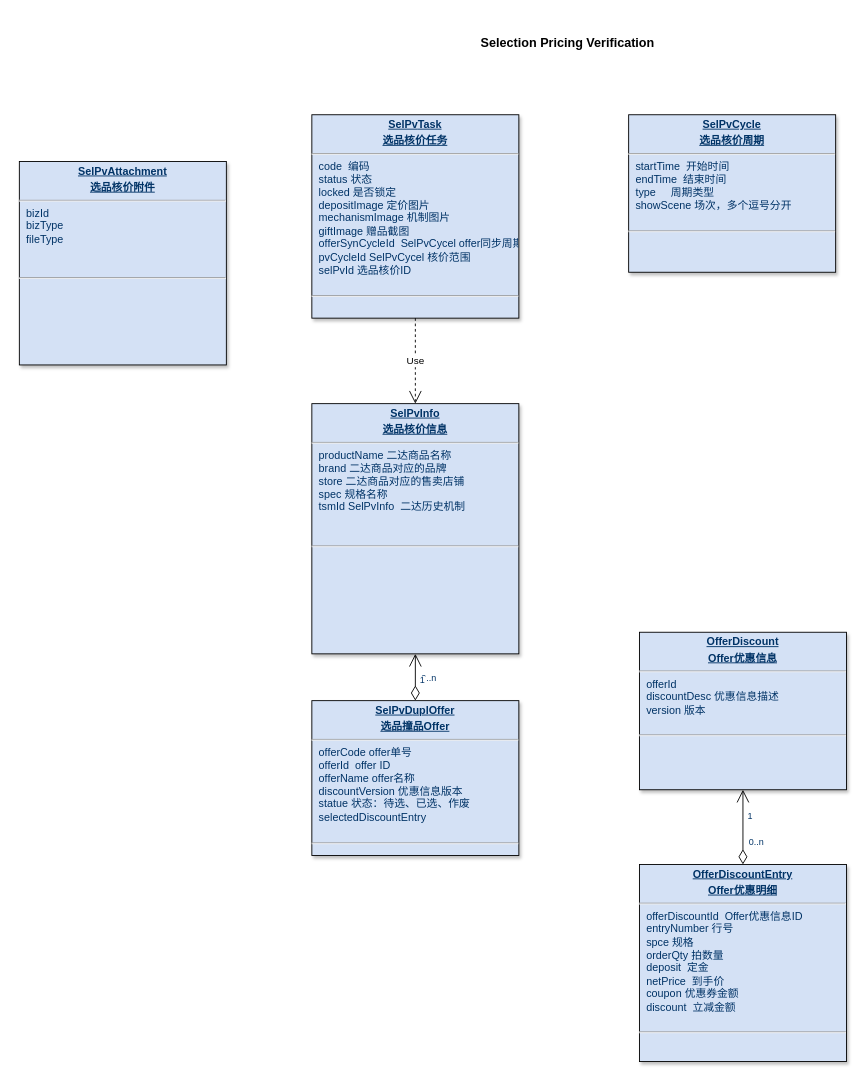
Above: page "选品核价" (21 of 23) of 美one.drawio in rockywade/draw (draw.io), before the change. Source tidied: cells renumbered, new cells numbered last; positions are measured from the earlier drawing's top-left corner, leaving out a move shared by most shapes. Both pictures are drawn from the tidied source at 90%, with x=0, y=0 at pixel (19, 26).
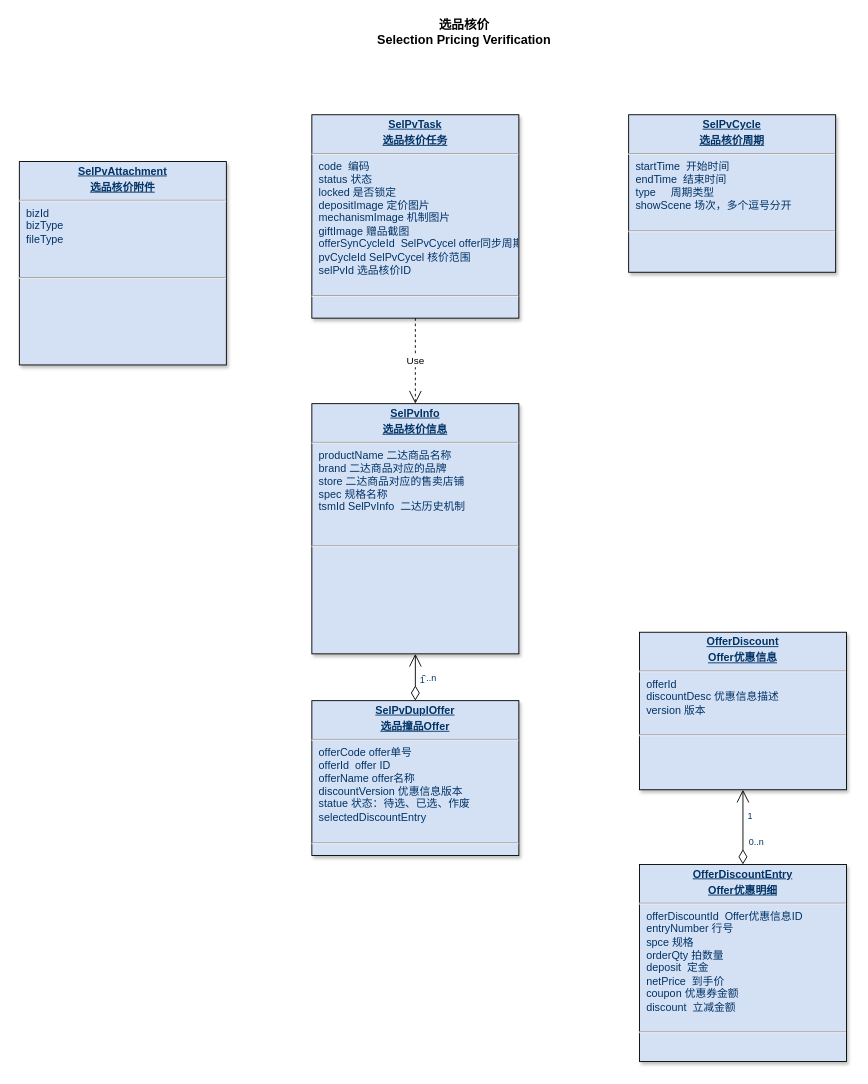
Above is the later version.

Diff of the diagram source:
```diff
@@
 <mxGraphModel>
   <root>
     <mxCell id="0" />
     <mxCell id="1" parent="0" />
     <mxCell id="2" value="&lt;p style=&quot;margin: 4px 0px 0px; text-align: center;&quot;&gt;&lt;span style=&quot;background-color: transparent; text-align: left;&quot;&gt;&lt;b&gt;&lt;u&gt;SelPv&lt;/u&gt;&lt;/b&gt;&lt;/span&gt;&lt;span style=&quot;background-color: transparent; text-align: left;&quot;&gt;&lt;b&gt;&lt;u&gt;Task&lt;/u&gt;&lt;/b&gt;&lt;/span&gt;&lt;/p&gt;&lt;p style=&quot;margin: 4px 0px 0px; text-align: center;&quot;&gt;&lt;span style=&quot;background-color: transparent; text-align: left;&quot;&gt;&lt;b&gt;&lt;u&gt;选品核价任务&lt;/u&gt;&lt;/b&gt;&lt;/span&gt;&lt;/p&gt;&lt;hr&gt;&lt;p style=&quot;margin: 0px; margin-left: 8px;&quot;&gt;code&amp;nbsp; 编码&lt;/p&gt;&lt;p style=&quot;margin: 0px; margin-left: 8px;&quot;&gt;status 状态&lt;/p&gt;&lt;p style=&quot;margin: 0px; margin-left: 8px;&quot;&gt;locked 是否锁定&lt;br&gt;&lt;/p&gt;&lt;p style=&quot;margin: 0px 0px 0px 8px;&quot;&gt;&lt;span style=&quot;background-color: transparent; color: light-dark(rgb(0, 51, 102), rgb(161, 205, 249));&quot;&gt;depositImage 定价图片&lt;/span&gt;&lt;/p&gt;&lt;p style=&quot;margin: 0px 0px 0px 8px;&quot;&gt;mechanismImage 机制图片&lt;/p&gt;&lt;p style=&quot;margin: 0px 0px 0px 8px;&quot;&gt;giftImage&amp;nbsp;赠品截图&lt;/p&gt;&lt;p style=&quot;margin: 0px; margin-left: 8px;&quot;&gt;offerSynCycleId&amp;nbsp; SelPvCycel offer同步周期&lt;/p&gt;&lt;p style=&quot;margin: 0px; margin-left: 8px;&quot;&gt;&lt;span style=&quot;background-color: transparent;&quot;&gt;pvCycleId&amp;nbsp;&lt;/span&gt;&lt;span style=&quot;background-color: transparent;&quot;&gt;SelPvCycel&amp;nbsp;&lt;/span&gt;&lt;span style=&quot;background-color: transparent; color: light-dark(rgb(0, 51, 102), rgb(161, 205, 249));&quot;&gt;核价范围&lt;/span&gt;&lt;/p&gt;&lt;p style=&quot;margin: 0px; margin-left: 8px;&quot;&gt;selPvId 选品核价ID&lt;span style=&quot;background-color: transparent; color: light-dark(rgb(0, 51, 102), rgb(161, 205, 249));&quot;&gt;&lt;/span&gt;&lt;/p&gt;&lt;p style=&quot;margin: 0px; margin-left: 8px;&quot;&gt;&lt;span style=&quot;background-color: transparent;&quot;&gt;&lt;br&gt;&lt;/span&gt;&lt;/p&gt;&lt;hr&gt;&lt;p style=&quot;margin: 0px; margin-left: 8px;&quot;&gt;&lt;br&gt;&lt;/p&gt;&lt;p style=&quot;margin: 0px; margin-left: 8px;&quot;&gt;&lt;br&gt;&lt;/p&gt;" style="verticalAlign=top;align=left;overflow=fill;fontSize=12;fontFamily=Helvetica;html=1;strokeColor=default;shadow=1;fillColor=#D4E1F5;fontColor=#003366;rounded=0;glass=0;imageAspect=1;labelBackgroundColor=none;textShadow=0;direction=east;" parent="1" vertex="1">
       <mxGeometry x="325" y="98" width="230" height="226" as="geometry" />
     </mxCell>
-    <mxCell id="3" value="&lt;b&gt;&lt;font style=&quot;font-size: 14px;&quot;&gt;Selection Pricing Verification&lt;/font&gt;&lt;/b&gt;" style="text;html=1;align=center;verticalAlign=middle;whiteSpace=wrap;rounded=0;" parent="1" vertex="1">
-      <mxGeometry x="479" width="261" height="35" as="geometry" />
+    <mxCell id="3" value="&lt;b&gt;&lt;font style=&quot;font-size: 14px;&quot;&gt;选品核价&lt;br&gt;Selection Pricing Verification&lt;/font&gt;&lt;/b&gt;" style="text;html=1;align=center;verticalAlign=middle;whiteSpace=wrap;rounded=0;" parent="1" vertex="1">
+      <mxGeometry x="364" y="-12" width="261" height="35" as="geometry" />
     </mxCell>
     <mxCell id="4" value="&lt;p style=&quot;margin: 4px 0px 0px; text-align: center;&quot;&gt;&lt;span style=&quot;background-color: transparent; text-align: left;&quot;&gt;&lt;b&gt;&lt;u&gt;SelPv&lt;/u&gt;&lt;/b&gt;&lt;/span&gt;&lt;span style=&quot;background-color: transparent; text-align: left;&quot;&gt;&lt;b&gt;&lt;u&gt;Cycle&lt;/u&gt;&lt;/b&gt;&lt;/span&gt;&lt;/p&gt;&lt;p style=&quot;margin: 4px 0px 0px; text-align: center;&quot;&gt;&lt;span style=&quot;background-color: transparent; text-align: left;&quot;&gt;&lt;b&gt;&lt;u&gt;选品核价周期&lt;/u&gt;&lt;/b&gt;&lt;/span&gt;&lt;/p&gt;&lt;hr&gt;&lt;p style=&quot;margin: 0px; margin-left: 8px;&quot;&gt;startTime&amp;nbsp; 开始时间&lt;/p&gt;&lt;p style=&quot;margin: 0px; margin-left: 8px;&quot;&gt;endTime&amp;nbsp; 结束时间&lt;/p&gt;&lt;p style=&quot;margin: 0px; margin-left: 8px;&quot;&gt;type&amp;nbsp; &amp;nbsp; &amp;nbsp;周期类型&lt;/p&gt;&lt;p style=&quot;margin: 0px; margin-left: 8px;&quot;&gt;showScene 场次，多个逗号分开&lt;/p&gt;&lt;p style=&quot;margin: 0px; margin-left: 8px;&quot;&gt;&lt;br&gt;&lt;/p&gt;&lt;hr&gt;&lt;p style=&quot;margin: 0px; margin-left: 8px;&quot;&gt;&lt;br&gt;&lt;/p&gt;&lt;p style=&quot;margin: 0px; margin-left: 8px;&quot;&gt;&lt;br&gt;&lt;/p&gt;" style="verticalAlign=top;align=left;overflow=fill;fontSize=12;fontFamily=Helvetica;html=1;strokeColor=default;shadow=1;fillColor=#D4E1F5;fontColor=#003366;rounded=0;glass=0;imageAspect=1;labelBackgroundColor=none;textShadow=0;direction=east;" parent="1" vertex="1">
       <mxGeometry x="677" y="98" width="230" height="175" as="geometry" />
     </mxCell>
     <mxCell id="5" value="&lt;p style=&quot;margin: 4px 0px 0px; text-align: center;&quot;&gt;&lt;span style=&quot;background-color: transparent; text-align: left;&quot;&gt;&lt;b&gt;&lt;u&gt;SelPvD&lt;/u&gt;&lt;/b&gt;&lt;/span&gt;&lt;span style=&quot;background-color: transparent; text-align: left;&quot;&gt;&lt;b&gt;&lt;u&gt;upl&lt;/u&gt;&lt;/b&gt;&lt;/span&gt;&lt;b style=&quot;background-color: transparent; text-align: left; color: light-dark(rgb(0, 51, 102), rgb(161, 205, 249));&quot;&gt;&lt;u&gt;Offer&lt;/u&gt;&lt;/b&gt;&lt;/p&gt;&lt;p style=&quot;margin: 4px 0px 0px; text-align: center;&quot;&gt;&lt;span style=&quot;background-color: transparent; text-align: left;&quot;&gt;&lt;b&gt;&lt;u&gt;选品撞品Offer&lt;/u&gt;&lt;/b&gt;&lt;/span&gt;&lt;/p&gt;&lt;hr&gt;&lt;p style=&quot;margin: 0px; margin-left: 8px;&quot;&gt;offerCode offer单号&lt;/p&gt;&lt;p style=&quot;margin: 0px; margin-left: 8px;&quot;&gt;offerId&amp;nbsp; offer ID&lt;/p&gt;&lt;p style=&quot;margin: 0px; margin-left: 8px;&quot;&gt;offerName offer名称&lt;/p&gt;&lt;p style=&quot;margin: 0px; margin-left: 8px;&quot;&gt;discountVersion 优惠信息版本&lt;/p&gt;&lt;p style=&quot;margin: 0px; margin-left: 8px;&quot;&gt;statue 状态：待选、已选、作废&lt;/p&gt;&lt;p style=&quot;margin: 0px; margin-left: 8px;&quot;&gt;selectedDiscountEntry&lt;/p&gt;&lt;p style=&quot;margin: 0px; margin-left: 8px;&quot;&gt;&lt;span style=&quot;background-color: transparent;&quot;&gt;&lt;br&gt;&lt;/span&gt;&lt;/p&gt;&lt;hr&gt;&lt;p style=&quot;margin: 0px; margin-left: 8px;&quot;&gt;&lt;br&gt;&lt;/p&gt;&lt;p style=&quot;margin: 0px; margin-left: 8px;&quot;&gt;&lt;br&gt;&lt;/p&gt;" style="verticalAlign=top;align=left;overflow=fill;fontSize=12;fontFamily=Helvetica;html=1;strokeColor=default;shadow=1;fillColor=#D4E1F5;fontColor=#003366;rounded=0;glass=0;imageAspect=1;labelBackgroundColor=none;textShadow=0;direction=east;" parent="1" vertex="1">
       <mxGeometry x="325" y="749" width="230" height="172" as="geometry" />
     </mxCell>
     <mxCell id="6" style="endArrow=open;endSize=12;startArrow=diamondThin;startSize=14;startFill=0;edgeStyle=orthogonalEdgeStyle;exitX=0.5;exitY=0;exitDx=0;exitDy=0;entryX=0.5;entryY=1;entryDx=0;entryDy=0;" parent="1" edge="1" source="5" target="9">
       <mxGeometry x="-377.9" y="803.2" as="geometry" />
     </mxCell>
     <mxCell id="7" value="0..n" style="align=left;verticalAlign=top;labelBackgroundColor=#ffffff;fontSize=10;strokeColor=#003366;shadow=1;fillColor=#D4E1F5;fontColor=#003366;" parent="6" vertex="1">
       <mxGeometry x="-1" relative="1" as="geometry">
         <mxPoint x="5" y="-37" as="offset" />
       </mxGeometry>
     </mxCell>
     <mxCell id="8" value="1" style="align=right;verticalAlign=top;labelBackgroundColor=#ffffff;fontSize=10;strokeColor=#003366;shadow=1;fillColor=#D4E1F5;fontColor=#003366;" parent="6" vertex="1">
       <mxGeometry x="1" relative="1" as="geometry">
         <mxPoint x="12" y="17" as="offset" />
       </mxGeometry>
     </mxCell>
     <mxCell id="9" value="&lt;p style=&quot;margin: 4px 0px 0px; text-align: center;&quot;&gt;&lt;span style=&quot;background-color: transparent; text-align: left;&quot;&gt;&lt;b&gt;&lt;u&gt;SelPvInfo&lt;/u&gt;&lt;/b&gt;&lt;/span&gt;&lt;/p&gt;&lt;p style=&quot;margin: 4px 0px 0px; text-align: center;&quot;&gt;&lt;span style=&quot;background-color: transparent; text-align: left;&quot;&gt;&lt;b&gt;&lt;u&gt;选品核价信息&lt;/u&gt;&lt;/b&gt;&lt;/span&gt;&lt;/p&gt;&lt;hr&gt;&lt;p style=&quot;margin: 0px; margin-left: 8px;&quot;&gt;&lt;span style=&quot;background-color: transparent; color: light-dark(rgb(0, 51, 102), rgb(161, 205, 249));&quot;&gt;productName&amp;nbsp;&lt;/span&gt;&lt;span style=&quot;background-color: transparent; color: light-dark(rgb(0, 51, 102), rgb(161, 205, 249));&quot;&gt;二达商品名称&lt;/span&gt;&lt;/p&gt;&lt;p style=&quot;margin: 0px; margin-left: 8px;&quot;&gt;&lt;span style=&quot;background-color: transparent; color: light-dark(rgb(0, 51, 102), rgb(161, 205, 249));&quot;&gt;brand&amp;nbsp;&lt;/span&gt;&lt;span style=&quot;background-color: transparent; color: light-dark(rgb(0, 51, 102), rgb(161, 205, 249));&quot;&gt;二达商品对应的品牌&lt;/span&gt;&lt;/p&gt;&lt;p style=&quot;margin: 0px; margin-left: 8px;&quot;&gt;&lt;span style=&quot;background-color: transparent; color: light-dark(rgb(0, 51, 102), rgb(161, 205, 249));&quot;&gt;store&amp;nbsp;&lt;/span&gt;&lt;span style=&quot;background-color: transparent; color: light-dark(rgb(0, 51, 102), rgb(161, 205, 249));&quot;&gt;二达商品对应的售卖店铺&lt;/span&gt;&lt;/p&gt;&lt;p style=&quot;margin: 0px; margin-left: 8px;&quot;&gt;&lt;span style=&quot;background-color: transparent;&quot;&gt;spec 规格名称&lt;br&gt;tsmId&amp;nbsp;&lt;/span&gt;&lt;span style=&quot;background-color: transparent;&quot;&gt;SelPvInfo&amp;nbsp; 二达历史机制&lt;/span&gt;&lt;/p&gt;&lt;p style=&quot;margin: 0px; margin-left: 8px;&quot;&gt;&lt;span style=&quot;background-color: transparent;&quot;&gt;&lt;br&gt;&lt;/span&gt;&lt;/p&gt;&lt;p style=&quot;margin: 0px; margin-left: 8px;&quot;&gt;&lt;span style=&quot;background-color: transparent;&quot;&gt;&lt;br&gt;&lt;/span&gt;&lt;/p&gt;&lt;hr&gt;&lt;p style=&quot;margin: 0px; margin-left: 8px;&quot;&gt;&lt;br&gt;&lt;/p&gt;&lt;p style=&quot;margin: 0px; margin-left: 8px;&quot;&gt;&lt;br&gt;&lt;/p&gt;" style="verticalAlign=top;align=left;overflow=fill;fontSize=12;fontFamily=Helvetica;html=1;strokeColor=default;shadow=1;fillColor=#D4E1F5;fontColor=#003366;rounded=0;glass=0;imageAspect=1;labelBackgroundColor=none;textShadow=0;direction=east;" parent="1" vertex="1">
       <mxGeometry x="325" y="419" width="230" height="278" as="geometry" />
     </mxCell>
     <mxCell id="10" value="Use" style="endArrow=open;endSize=12;dashed=1;html=1;rounded=0;exitX=0.5;exitY=1;exitDx=0;exitDy=0;entryX=0.5;entryY=0;entryDx=0;entryDy=0;" parent="1" edge="1" source="2" target="9">
       <mxGeometry relative="1" as="geometry" />
     </mxCell>
     <mxCell id="11" value="&lt;p style=&quot;margin: 4px 0px 0px; text-align: center;&quot;&gt;&lt;span style=&quot;background-color: transparent; text-align: left;&quot;&gt;&lt;b&gt;&lt;u&gt;OfferDiscount&lt;/u&gt;&lt;/b&gt;&lt;/span&gt;&lt;/p&gt;&lt;p style=&quot;margin: 4px 0px 0px; text-align: center;&quot;&gt;&lt;span style=&quot;background-color: transparent; text-align: left;&quot;&gt;&lt;b&gt;&lt;u&gt;Offer优惠信息&lt;/u&gt;&lt;/b&gt;&lt;/span&gt;&lt;/p&gt;&lt;hr&gt;&lt;p style=&quot;margin: 0px; margin-left: 8px;&quot;&gt;offerId&lt;/p&gt;&lt;p style=&quot;margin: 0px; margin-left: 8px;&quot;&gt;discountDesc 优惠信息描述&lt;br&gt;version 版本&lt;/p&gt;&lt;p style=&quot;margin: 0px; margin-left: 8px;&quot;&gt;&lt;br&gt;&lt;/p&gt;&lt;hr&gt;&lt;p style=&quot;margin: 0px; margin-left: 8px;&quot;&gt;&lt;br&gt;&lt;/p&gt;&lt;p style=&quot;margin: 0px; margin-left: 8px;&quot;&gt;&lt;br&gt;&lt;/p&gt;" style="verticalAlign=top;align=left;overflow=fill;fontSize=12;fontFamily=Helvetica;html=1;strokeColor=default;shadow=1;fillColor=#D4E1F5;fontColor=#003366;rounded=0;glass=0;imageAspect=1;labelBackgroundColor=none;textShadow=0;direction=east;" parent="1" vertex="1">
       <mxGeometry x="689" y="673" width="230" height="175" as="geometry" />
     </mxCell>
     <mxCell id="12" value="&lt;p style=&quot;margin: 4px 0px 0px; text-align: center;&quot;&gt;&lt;span style=&quot;background-color: transparent; text-align: left;&quot;&gt;&lt;b&gt;&lt;u&gt;OfferDiscountEntry&lt;/u&gt;&lt;/b&gt;&lt;/span&gt;&lt;/p&gt;&lt;p style=&quot;margin: 4px 0px 0px; text-align: center;&quot;&gt;&lt;span style=&quot;background-color: transparent; text-align: left;&quot;&gt;&lt;b&gt;&lt;u&gt;Offer优惠明细&lt;/u&gt;&lt;/b&gt;&lt;/span&gt;&lt;/p&gt;&lt;hr&gt;&lt;p style=&quot;margin: 0px; margin-left: 8px;&quot;&gt;offerDiscountId&amp;nbsp; Offer优惠信息ID&lt;/p&gt;&lt;p style=&quot;margin: 0px; margin-left: 8px;&quot;&gt;entryNumber 行号&lt;br&gt;&lt;/p&gt;&lt;p style=&quot;margin: 0px; margin-left: 8px;&quot;&gt;spce 规格&lt;/p&gt;&lt;p style=&quot;margin: 0px; margin-left: 8px;&quot;&gt;orderQty 拍数量&lt;/p&gt;&lt;p style=&quot;margin: 0px; margin-left: 8px;&quot;&gt;deposit&amp;nbsp; 定金&lt;/p&gt;&lt;p style=&quot;margin: 0px; margin-left: 8px;&quot;&gt;netPrice&amp;nbsp; 到手价&lt;/p&gt;&lt;p style=&quot;margin: 0px; margin-left: 8px;&quot;&gt;coupon 优惠券金额&lt;/p&gt;&lt;p style=&quot;margin: 0px; margin-left: 8px;&quot;&gt;discount&amp;nbsp; 立减金额&lt;/p&gt;&lt;p style=&quot;margin: 0px; margin-left: 8px;&quot;&gt;&lt;br&gt;&lt;/p&gt;&lt;hr&gt;&lt;p style=&quot;margin: 0px; margin-left: 8px;&quot;&gt;&lt;br&gt;&lt;/p&gt;&lt;p style=&quot;margin: 0px; margin-left: 8px;&quot;&gt;&lt;br&gt;&lt;/p&gt;" style="verticalAlign=top;align=left;overflow=fill;fontSize=12;fontFamily=Helvetica;html=1;strokeColor=default;shadow=1;fillColor=#D4E1F5;fontColor=#003366;rounded=0;glass=0;imageAspect=1;labelBackgroundColor=none;textShadow=0;direction=east;" parent="1" vertex="1">
       <mxGeometry x="689" y="931" width="230" height="219" as="geometry" />
     </mxCell>
     <mxCell id="13" style="endArrow=open;endSize=12;startArrow=diamondThin;startSize=14;startFill=0;edgeStyle=orthogonalEdgeStyle;exitX=0.5;exitY=0;exitDx=0;exitDy=0;entryX=0.5;entryY=1;entryDx=0;entryDy=0;" parent="1" edge="1" source="12" target="11">
       <mxGeometry x="-377.9" y="803.2" as="geometry" />
     </mxCell>
     <mxCell id="14" value="0..n" style="align=left;verticalAlign=top;labelBackgroundColor=#ffffff;fontSize=10;strokeColor=#003366;shadow=1;fillColor=#D4E1F5;fontColor=#003366;" parent="13" vertex="1">
       <mxGeometry x="-1" relative="1" as="geometry">
         <mxPoint x="5" y="-37" as="offset" />
       </mxGeometry>
     </mxCell>
     <mxCell id="15" value="1" style="align=right;verticalAlign=top;labelBackgroundColor=#ffffff;fontSize=10;strokeColor=#003366;shadow=1;fillColor=#D4E1F5;fontColor=#003366;" parent="13" vertex="1">
       <mxGeometry x="1" relative="1" as="geometry">
         <mxPoint x="12" y="17" as="offset" />
       </mxGeometry>
     </mxCell>
     <mxCell id="16" value="&lt;p style=&quot;margin: 4px 0px 0px; text-align: center;&quot;&gt;&lt;span style=&quot;background-color: transparent; text-align: left;&quot;&gt;&lt;b&gt;&lt;u&gt;S&lt;/u&gt;&lt;/b&gt;&lt;/span&gt;&lt;span style=&quot;background-color: transparent; text-align: left;&quot;&gt;&lt;b&gt;&lt;u&gt;elPvAttachment&lt;/u&gt;&lt;/b&gt;&lt;/span&gt;&lt;/p&gt;&lt;p style=&quot;margin: 4px 0px 0px; text-align: center;&quot;&gt;&lt;span style=&quot;background-color: transparent; text-align: left;&quot;&gt;&lt;b&gt;&lt;u&gt;选品核价附件&lt;/u&gt;&lt;/b&gt;&lt;/span&gt;&lt;/p&gt;&lt;hr&gt;&lt;p style=&quot;margin: 0px; margin-left: 8px;&quot;&gt;bizId&lt;/p&gt;&lt;p style=&quot;margin: 0px; margin-left: 8px;&quot;&gt;bizType&lt;/p&gt;&lt;p style=&quot;margin: 0px; margin-left: 8px;&quot;&gt;fileType&lt;/p&gt;&lt;p style=&quot;margin: 0px; margin-left: 8px;&quot;&gt;&lt;br&gt;&lt;/p&gt;&lt;p style=&quot;margin: 0px; margin-left: 8px;&quot;&gt;&lt;span style=&quot;background-color: transparent;&quot;&gt;&lt;br&gt;&lt;/span&gt;&lt;/p&gt;&lt;hr&gt;&lt;p style=&quot;margin: 0px; margin-left: 8px;&quot;&gt;&lt;br&gt;&lt;/p&gt;&lt;p style=&quot;margin: 0px; margin-left: 8px;&quot;&gt;&lt;br&gt;&lt;/p&gt;" style="verticalAlign=top;align=left;overflow=fill;fontSize=12;fontFamily=Helvetica;html=1;strokeColor=default;shadow=1;fillColor=#D4E1F5;fontColor=#003366;rounded=0;glass=0;imageAspect=1;labelBackgroundColor=none;textShadow=0;direction=east;" parent="1" vertex="1">
       <mxGeometry y="150" width="230" height="226" as="geometry" />
     </mxCell>
   </root>
 </mxGraphModel>
```
